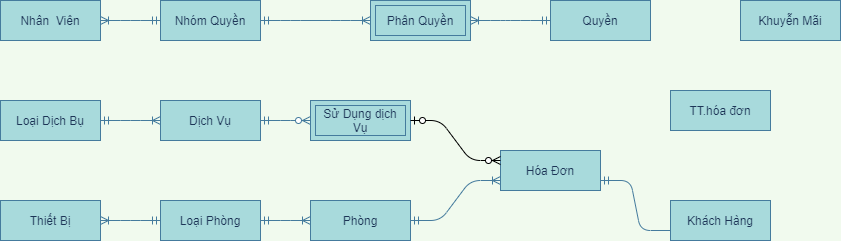
maialino123/QLKS keeps this draw.io diagram as EntityRelationship-QLKS.png. Above is the earlier version. Source tidied: cells renumbered, new cells last; positions are measured from the earlier drawing's top-left corner, leaving out a move shared by most shapes.
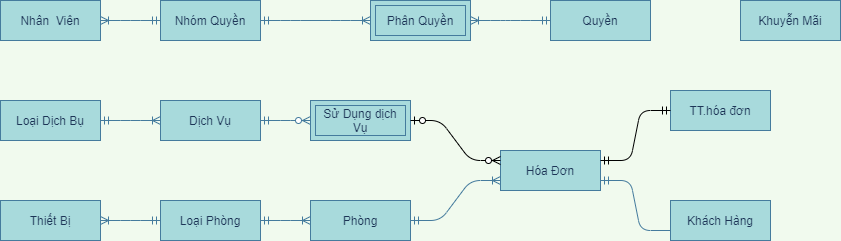
Above is the later version.

Diff of the diagram source:
```diff
@@ -74,5 +74,8 @@
     <mxCell id="25" value="TT.hóa đơn" style="whiteSpace=wrap;html=1;align=center;rounded=0;sketch=0;strokeColor=#457B9D;fillColor=#A8DADC;fontColor=#1D3557;" parent="1" vertex="1">
       <mxGeometry x="670" y="90" width="100" height="40" as="geometry" />
     </mxCell>
+    <mxCell id="26" style="edgeStyle=entityRelationEdgeStyle;fontSize=12;html=1;endArrow=ERmandOne;startArrow=ERmandOne;entryX=0;entryY=0.5;entryDx=0;entryDy=0;exitX=1;exitY=0.25;exitDx=0;exitDy=0;" parent="1" edge="1" source="20" target="25">
+      <mxGeometry relative="1" as="geometry" />
+    </mxCell>
   </root>
 </mxGraphModel>
```
